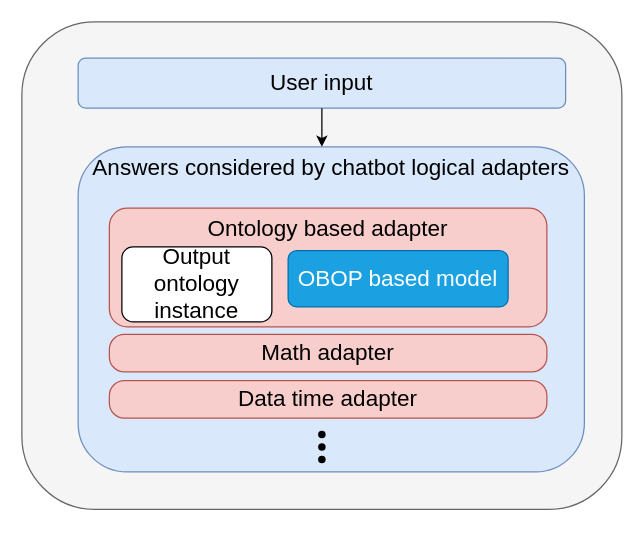
Before: img/architecture.drawio in petkorutesic/chatbots_KGSWC-2023, a draw.io diagram. Source tidied: cells renumbered, new cells numbered last; positions are measured from the earlier drawing's top-left corner, leaving out a move shared by most shapes. Both pictures are drawn from the tidied source at 125%, with x=0, y=0 at pixel (21, 21).
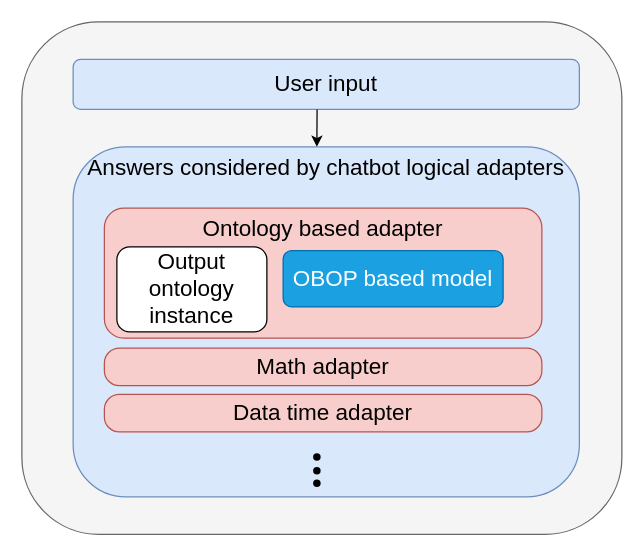
After the change.

Diff of the diagram source:
```diff
@@
 <mxGraphModel>
   <root>
     <mxCell id="0" />
     <mxCell id="1" parent="0" />
     <mxCell id="2" style="rounded=1;whiteSpace=wrap;html=1;fillColor=#f5f5f5;fontColor=#333333;strokeColor=#666666;" parent="1" vertex="1">
-      <mxGeometry width="480" height="390" as="geometry" />
+      <mxGeometry width="480" height="410" as="geometry" />
     </mxCell>
     <mxCell id="3" value="&lt;font style=&quot;font-size: 18px;&quot;&gt;User input&lt;/font&gt;" style="rounded=1;whiteSpace=wrap;html=1;fillColor=#dae8fc;strokeColor=#6c8ebf;fontSize=18;" parent="1" vertex="1">
-      <mxGeometry x="45" y="29" width="390" height="40" as="geometry" />
+      <mxGeometry x="41" y="30" width="405" height="40" as="geometry" />
     </mxCell>
-    <mxCell id="4" style="endArrow=classic;html=1;rounded=1;" parent="1" edge="1" source="3">
+    <mxCell id="4" style="endArrow=classic;html=1;rounded=1;exitX=0.492;exitY=0.171;exitDx=0;exitDy=0;exitPerimeter=0;" parent="1" edge="1" source="2">
       <mxGeometry relative="1" as="geometry">
-        <mxPoint x="240" y="100" as="targetPoint" />
+        <mxPoint x="236" y="100" as="targetPoint" />
       </mxGeometry>
     </mxCell>
     <mxCell id="5" value="&lt;font style=&quot;font-size: 18px;&quot;&gt;Answers considered by chatbot logical adapters&lt;/font&gt;" style="rounded=1;whiteSpace=wrap;html=1;fillColor=#dae8fc;strokeColor=#6c8ebf;verticalAlign=top;" parent="1" vertex="1">
-      <mxGeometry x="45" y="100" width="405" height="260" as="geometry" />
+      <mxGeometry x="41" y="100" width="405" height="280" as="geometry" />
     </mxCell>
     <mxCell id="6" value="&lt;font style=&quot;font-size: 18px;&quot;&gt;Ontology based adapter&lt;/font&gt;" style="rounded=1;whiteSpace=wrap;html=1;fillColor=#f8cecc;strokeColor=#b85450;verticalAlign=top;" parent="1" vertex="1">
-      <mxGeometry x="70" y="149" width="350" height="95" as="geometry" />
+      <mxGeometry x="66" y="149" width="350" height="104" as="geometry" />
     </mxCell>
     <mxCell id="7" value="&lt;font style=&quot;font-size: 18px;&quot;&gt;Output ontology instance&lt;/font&gt;" style="rounded=1;whiteSpace=wrap;html=1;fontSize=16;" parent="1" vertex="1">
-      <mxGeometry x="80" y="180" width="120" height="60" as="geometry" />
+      <mxGeometry x="76" y="180" width="120" height="68" as="geometry" />
     </mxCell>
     <mxCell id="8" value="&lt;font style=&quot;font-size: 18px;&quot;&gt;Math adapter&lt;/font&gt;" style="rounded=1;whiteSpace=wrap;html=1;fillColor=#f8cecc;strokeColor=#b85450;arcSize=40;" parent="1" vertex="1">
-      <mxGeometry x="70" y="250" width="350" height="30" as="geometry" />
+      <mxGeometry x="66" y="261" width="350" height="30" as="geometry" />
     </mxCell>
     <mxCell id="9" value="&lt;font style=&quot;font-size: 18px;&quot;&gt;Data time adapter&lt;/font&gt;" style="rounded=1;whiteSpace=wrap;html=1;fillColor=#f8cecc;strokeColor=#b85450;arcSize=40;" parent="1" vertex="1">
-      <mxGeometry x="70" y="287" width="350" height="30" as="geometry" />
+      <mxGeometry x="66" y="298" width="350" height="30" as="geometry" />
     </mxCell>
     <mxCell id="10" style="shape=waypoint;fillStyle=solid;size=6;fillColor=none;perimeter=centerPerimeter;rounded=1;" parent="1" vertex="1">
-      <mxGeometry x="220" y="310" width="40" height="40" as="geometry" />
+      <mxGeometry x="216" y="328" width="40" height="40" as="geometry" />
     </mxCell>
     <mxCell id="11" style="shape=waypoint;fillStyle=solid;size=6;fillColor=none;perimeter=centerPerimeter;rounded=1;" parent="1" vertex="1">
-      <mxGeometry x="220" y="320" width="40" height="40" as="geometry" />
+      <mxGeometry x="216" y="339" width="40" height="40" as="geometry" />
     </mxCell>
     <mxCell id="12" style="shape=waypoint;fillStyle=solid;size=6;fillColor=none;perimeter=centerPerimeter;rounded=1;" parent="1" vertex="1">
-      <mxGeometry x="220" y="330" width="40" height="40" as="geometry" />
+      <mxGeometry x="216" y="349" width="40" height="40" as="geometry" />
     </mxCell>
     <mxCell id="13" value="&lt;font style=&quot;font-size: 18px;&quot;&gt;OBOP based model&lt;/font&gt;" style="rounded=1;whiteSpace=wrap;html=1;fillColor=#1ba1e2;strokeColor=#006EAF;fontColor=#ffffff;fontSize=16;" parent="1" vertex="1">
-      <mxGeometry x="213" y="183" width="176" height="45" as="geometry" />
+      <mxGeometry x="209" y="183" width="176" height="45" as="geometry" />
     </mxCell>
   </root>
 </mxGraphModel>
```
